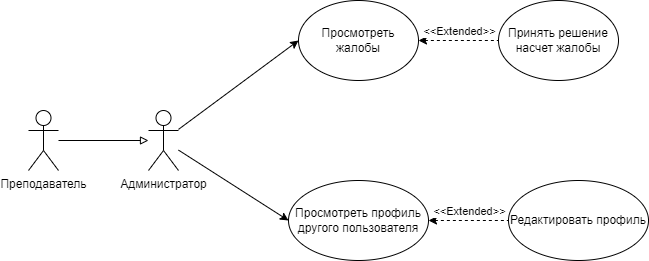
Above: Diagrams/Use Case Diagrams/Диаграмма прецедентов(Администратор).png in daniilShestopalov/Group_project_on_programming-_technologies-ProjectPal- (draw.io), before the change. Source tidied: cells renumbered, new cells last; positions are measured from the earlier drawing's top-left corner, leaving out a move shared by most shapes. Its diagram source:
```xml
<mxGraphModel>
  <root>
    <mxCell id="0" />
    <mxCell id="1" parent="0" />
    <mxCell id="2" value="Администратор" style="shape=umlActor;verticalLabelPosition=bottom;verticalAlign=top;html=1;outlineConnect=0;" parent="1" vertex="1">
      <mxGeometry x="120" y="110" width="30" height="60" as="geometry" />
    </mxCell>
    <mxCell id="3" value="Преподаватель" style="shape=umlActor;verticalLabelPosition=bottom;verticalAlign=top;html=1;outlineConnect=0;" parent="1" vertex="1">
      <mxGeometry y="110" width="30" height="60" as="geometry" />
    </mxCell>
    <mxCell id="4" style="endArrow=block;html=1;rounded=0;endFill=0;" parent="1" edge="1" source="3" target="2">
      <mxGeometry relative="1" as="geometry" />
    </mxCell>
    <mxCell id="5" style="edgeStyle=orthogonalEdgeStyle;rounded=0;jettySize=auto;html=1;endArrow=none;endFill=0;startArrow=classic;startFill=1;dashed=1;" parent="1" edge="1" source="7" target="11">
      <mxGeometry relative="1" as="geometry" />
    </mxCell>
    <mxCell id="6" value="&amp;lt;&amp;lt;Extended&amp;gt;&amp;gt;" style="edgeLabel;html=1;align=center;verticalAlign=middle;" parent="5" vertex="1">
      <mxGeometry x="0.14" relative="1" as="geometry">
        <mxPoint x="-6" y="-10" as="offset" />
      </mxGeometry>
    </mxCell>
    <mxCell id="7" value="Просмотреть жалобы" style="ellipse;whiteSpace=wrap;html=1;" parent="1" vertex="1">
      <mxGeometry x="270" width="120" height="80" as="geometry" />
    </mxCell>
    <mxCell id="8" style="edgeStyle=orthogonalEdgeStyle;rounded=0;jettySize=auto;html=1;startArrow=classic;startFill=1;endArrow=none;endFill=0;dashed=1;" parent="1" edge="1" source="10" target="12">
      <mxGeometry relative="1" as="geometry" />
    </mxCell>
    <mxCell id="9" value="&amp;lt;&amp;lt;Extended&amp;gt;&amp;gt;" style="edgeLabel;html=1;align=center;verticalAlign=middle;" parent="8" vertex="1">
      <mxGeometry x="-0.21" relative="1" as="geometry">
        <mxPoint x="8" y="-10" as="offset" />
      </mxGeometry>
    </mxCell>
    <mxCell id="10" value="Просмотреть профиль другого пользователя" style="ellipse;whiteSpace=wrap;html=1;" parent="1" vertex="1">
      <mxGeometry x="260" y="180" width="140" height="80" as="geometry" />
    </mxCell>
    <mxCell id="11" value="Принять решение насчет жалобы" style="ellipse;whiteSpace=wrap;html=1;" parent="1" vertex="1">
      <mxGeometry x="470" width="120" height="80" as="geometry" />
    </mxCell>
    <mxCell id="12" value="Редактировать профиль" style="ellipse;whiteSpace=wrap;html=1;" parent="1" vertex="1">
      <mxGeometry x="480" y="180" width="140" height="80" as="geometry" />
    </mxCell>
    <mxCell id="13" style="endArrow=classic;html=1;rounded=0;entryX=0;entryY=0.5;entryDx=0;entryDy=0;endFill=1;" parent="1" edge="1" source="2" target="10">
      <mxGeometry relative="1" as="geometry" />
    </mxCell>
    <mxCell id="14" style="endArrow=classic;html=1;rounded=0;entryX=0;entryY=0.5;entryDx=0;entryDy=0;endFill=1;" parent="1" edge="1" source="2" target="7">
      <mxGeometry relative="1" as="geometry" />
    </mxCell>
  </root>
</mxGraphModel>
```
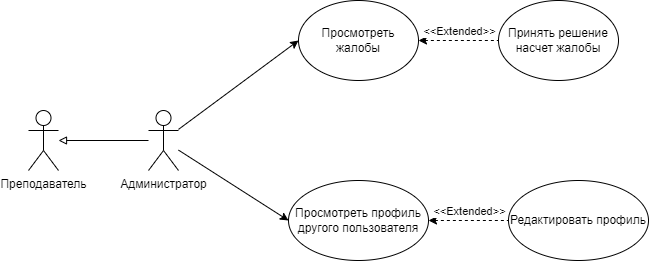
Above is the later version.

What changed in the source:
```diff
@@ -8,7 +8,7 @@
     <mxCell id="3" value="Преподаватель" style="shape=umlActor;verticalLabelPosition=bottom;verticalAlign=top;html=1;outlineConnect=0;" parent="1" vertex="1">
       <mxGeometry y="110" width="30" height="60" as="geometry" />
     </mxCell>
-    <mxCell id="4" style="endArrow=block;html=1;rounded=0;endFill=0;" parent="1" edge="1" source="3" target="2">
+    <mxCell id="4" style="endArrow=none;html=1;rounded=0;endFill=0;startArrow=block;startFill=0;" parent="1" edge="1" source="3" target="2">
       <mxGeometry relative="1" as="geometry" />
     </mxCell>
     <mxCell id="5" style="edgeStyle=orthogonalEdgeStyle;rounded=0;jettySize=auto;html=1;endArrow=none;endFill=0;startArrow=classic;startFill=1;dashed=1;" parent="1" edge="1" source="7" target="11">
```
